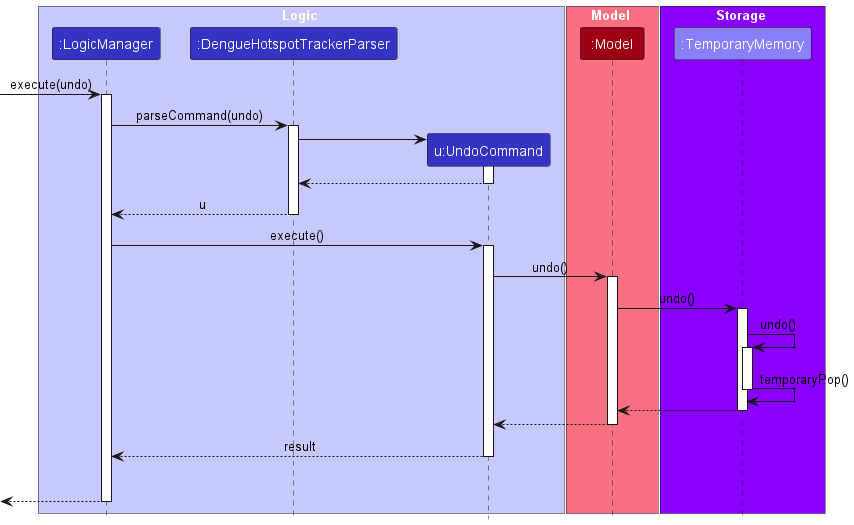
Before: docs/images/UndoSequenceDiagram.png, a diagram exported from PlantUML (nus-cs2103-AY2223S2/tp).
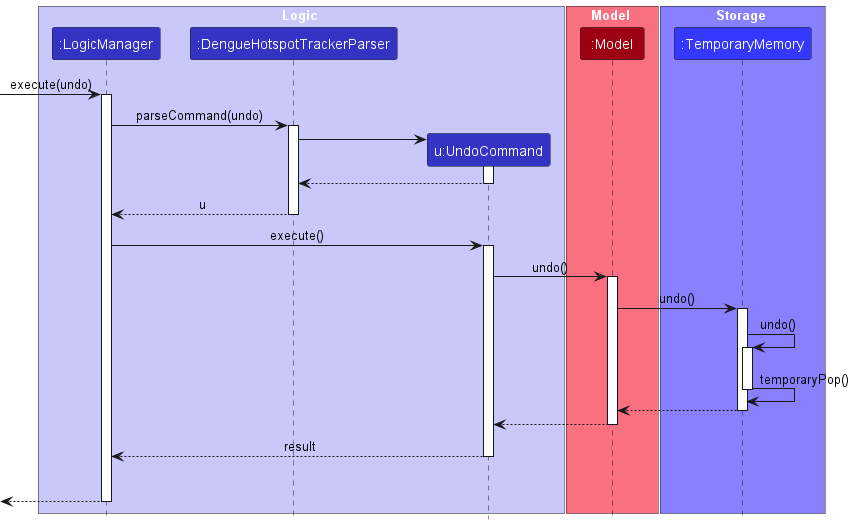
After the change.

Commit message:
edit sequence diagram

Diff of the diagram source:
```diff
@@ -10,8 +10,8 @@
 box Model MODEL_COLOR_T1
 participant ":Model" as Model MODEL_COLOR
 end box
-box Storage #8900ff
-participant ":TemporaryMemory" as TemporaryMemory #8980FE
+box Storage #8980FE
+participant ":TemporaryMemory" as TemporaryMemory #3539FE
 end box
 [-> LogicManager : execute(undo)
 activate LogicManager
```
